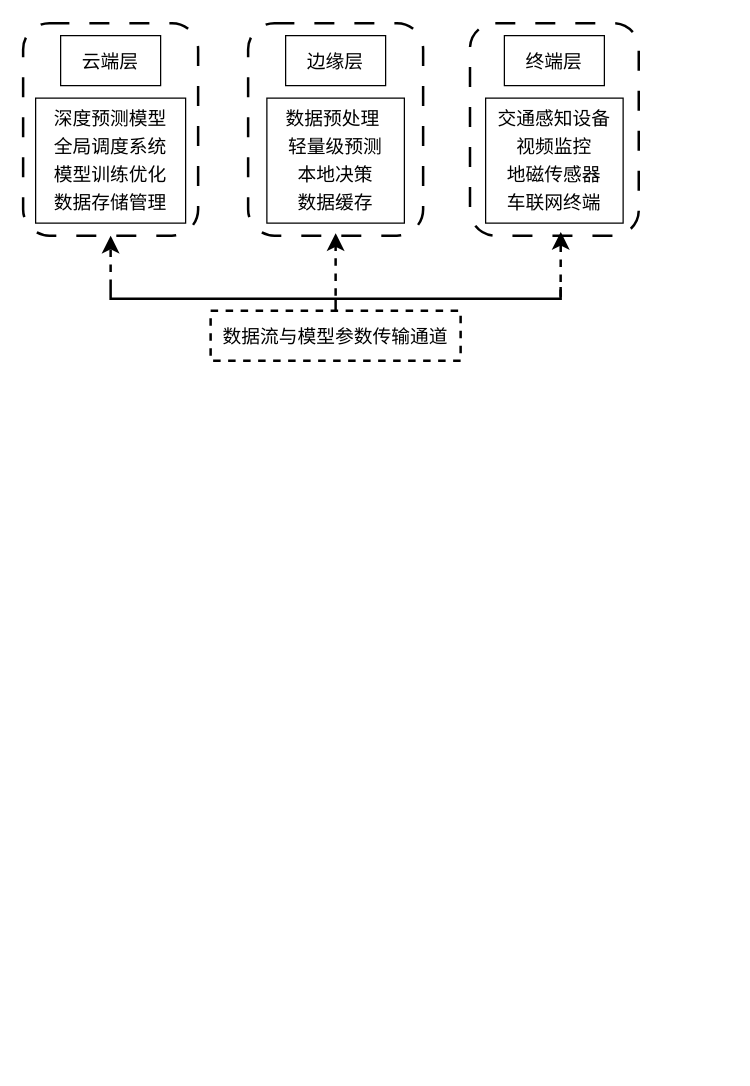
Above: 云边协同交通流量预测系统架构.drawio in lpy817/-AI- (draw.io), before the change. Source tidied: cells renumbered, new cells numbered last; positions are measured from the earlier drawing's top-left corner, leaving out a move shared by most shapes. Both pictures are drawn from the tidied source at 125%, with x=0, y=0 at pixel (22, 22).
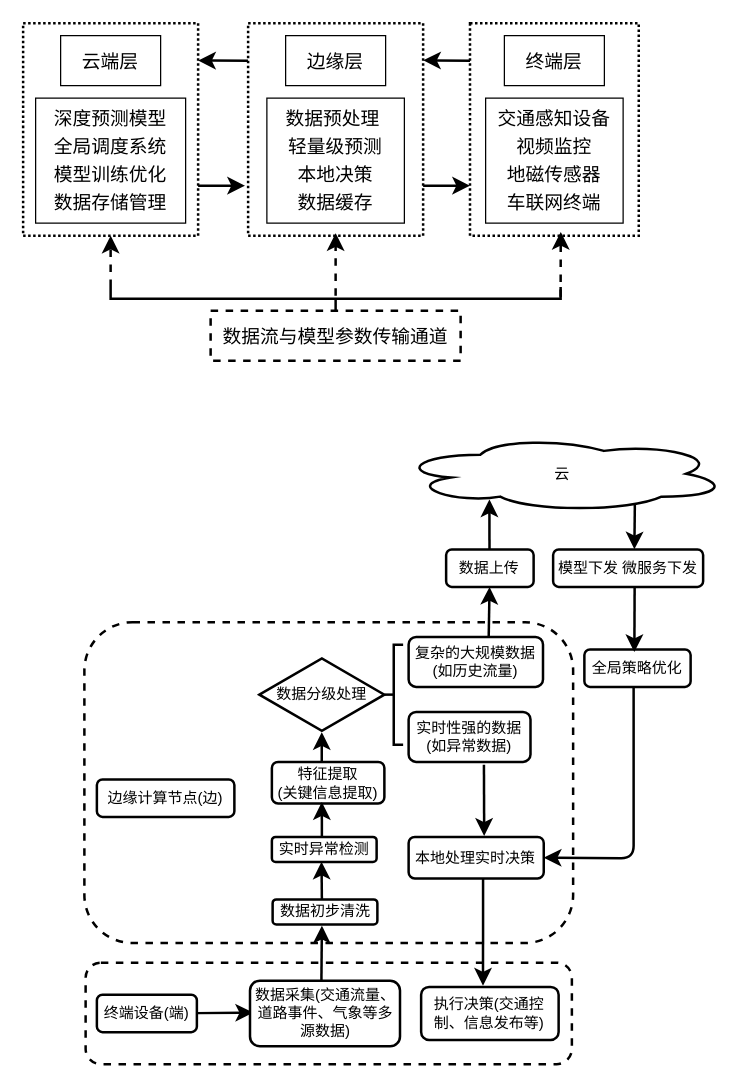
Above is the later version.

Commit message:
更新云边协同交通流量预测系统架构.drawio

Change to the diagram source:
```diff
@@
-    <mxCell id="14" style="rounded=1;whiteSpace=wrap;html=1;fillColor=none;dashed=1;dashPattern=8 8;strokeWidth=2;" parent="1" vertex="1">
+    <mxCell id="14" style="rounded=0;whiteSpace=wrap;html=1;fillColor=none;dashed=1;dashPattern=1 1;strokeWidth=2;" parent="1" vertex="1">
       <mxGeometry width="140" height="170" as="geometry" />
     </mxCell>
-    <mxCell id="15" style="rounded=1;whiteSpace=wrap;html=1;fillColor=none;dashed=1;dashPattern=8 8;strokeWidth=2;" parent="1" vertex="1">
+    <mxCell id="15" style="rounded=0;whiteSpace=wrap;html=1;fillColor=none;dashed=1;dashPattern=1 1;strokeWidth=2;glass=0;" parent="1" vertex="1">
       <mxGeometry x="180" width="140" height="170" as="geometry" />
     </mxCell>
-    <mxCell id="16" style="rounded=1;whiteSpace=wrap;html=1;fillColor=none;dashed=1;dashPattern=8 8;strokeWidth=2;" parent="1" vertex="1">
+    <mxCell id="16" style="rounded=0;whiteSpace=wrap;html=1;fillColor=none;dashed=1;dashPattern=1 1;strokeWidth=2;" parent="1" vertex="1">
       <mxGeometry x="357.5" width="135" height="170" as="geometry" />
     </mxCell>
+    <mxCell id="17" style="endArrow=classic;html=1;rounded=0;fontSize=12;startSize=8;endSize=8;curved=1;entryX=1;entryY=0.175;entryDx=0;entryDy=0;entryPerimeter=0;exitX=0;exitY=0.177;exitDx=0;exitDy=0;exitPerimeter=0;strokeWidth=2;" parent="1" edge="1" source="16" target="15">
+      <mxGeometry relative="1" as="geometry" />
+    </mxCell>
+    <mxCell id="18" style="endArrow=classic;html=1;rounded=0;fontSize=12;startSize=8;endSize=8;curved=1;exitX=1;exitY=0.75;exitDx=0;exitDy=0;entryX=0;entryY=0.75;entryDx=0;entryDy=0;strokeWidth=2;" parent="1" edge="1">
+      <mxGeometry relative="1" as="geometry">
+        <mxPoint x="320" y="130" as="sourcePoint" />
+        <mxPoint x="357.5" y="130" as="targetPoint" />
+      </mxGeometry>
+    </mxCell>
+    <mxCell id="19" style="endArrow=classic;html=1;rounded=0;fontSize=12;startSize=8;endSize=8;curved=1;entryX=1;entryY=0.176;entryDx=0;entryDy=0;entryPerimeter=0;exitX=-0.001;exitY=0.177;exitDx=0;exitDy=0;exitPerimeter=0;strokeWidth=2;" parent="1" edge="1" source="15" target="14">
+      <mxGeometry relative="1" as="geometry" />
+    </mxCell>
+    <mxCell id="20" style="endArrow=classic;html=1;rounded=0;fontSize=12;startSize=8;endSize=8;curved=1;exitX=1;exitY=0.75;exitDx=0;exitDy=0;entryX=0;entryY=0.75;entryDx=0;entryDy=0;strokeWidth=2;" parent="1" edge="1">
+      <mxGeometry relative="1" as="geometry">
+        <mxPoint x="140" y="130" as="sourcePoint" />
+        <mxPoint x="177.5" y="130" as="targetPoint" />
+      </mxGeometry>
+    </mxCell>
+    <mxCell id="21" value="云" style="ellipse;shape=cloud;whiteSpace=wrap;html=1;rounded=1;strokeWidth=2;" parent="1" vertex="1">
+      <mxGeometry x="300" y="330" width="263.4" height="61" as="geometry" />
+    </mxCell>
+    <mxCell id="22" value="边缘计算节点(边)" style="rounded=1;whiteSpace=wrap;html=1;strokeWidth=2;" parent="1" vertex="1">
+      <mxGeometry x="59" y="605" width="110" height="30" as="geometry" />
+    </mxCell>
+    <mxCell id="23" style="edgeStyle=none;curved=1;rounded=1;orthogonalLoop=1;jettySize=auto;html=1;fontSize=12;startSize=8;endSize=8;strokeWidth=2;" parent="1" edge="1">
+      <mxGeometry relative="1" as="geometry">
+        <mxPoint x="373.1" y="421" as="sourcePoint" />
+        <mxPoint x="373" y="381" as="targetPoint" />
+      </mxGeometry>
+    </mxCell>
+    <mxCell id="24" value="数据上传" style="rounded=1;whiteSpace=wrap;html=1;strokeWidth=2;" parent="1" vertex="1">
+      <mxGeometry x="338.4" y="421" width="70" height="30" as="geometry" />
+    </mxCell>
+    <mxCell id="25" value="模型下发 微服务下发" style="whiteSpace=wrap;html=1;rounded=1;strokeWidth=2;" parent="1" vertex="1">
+      <mxGeometry x="424" y="421" width="120" height="30" as="geometry" />
+    </mxCell>
+    <mxCell id="26" style="rounded=1;whiteSpace=wrap;html=1;fillColor=none;dashed=1;strokeWidth=2;" parent="1" vertex="1">
+      <mxGeometry x="50" y="751.6" width="389" height="81.2" as="geometry" />
+    </mxCell>
+    <mxCell id="27" style="edgeStyle=none;curved=1;rounded=1;orthogonalLoop=1;jettySize=auto;html=1;fontSize=12;startSize=8;endSize=8;strokeWidth=2;" parent="1" edge="1">
+      <mxGeometry relative="1" as="geometry">
+        <mxPoint x="139" y="792" as="sourcePoint" />
+        <mxPoint x="184" y="791.6" as="targetPoint" />
+      </mxGeometry>
+    </mxCell>
+    <mxCell id="28" value="终端设备(端)" style="rounded=1;whiteSpace=wrap;html=1;strokeWidth=2;" parent="1" vertex="1">
+      <mxGeometry x="59" y="777.2" width="80" height="30" as="geometry" />
+    </mxCell>
+    <mxCell id="29" value="数据采集(交通流量、道路事件、气象等多源数据)" style="rounded=1;whiteSpace=wrap;html=1;strokeWidth=2;" parent="1" vertex="1">
+      <mxGeometry x="181.5" y="766" width="120" height="52.5" as="geometry" />
+    </mxCell>
+    <mxCell id="30" value="执行决策(交通控制、信息发布等)" style="rounded=1;whiteSpace=wrap;html=1;strokeWidth=2;" parent="1" vertex="1">
+      <mxGeometry x="318.4" y="771" width="110" height="42.5" as="geometry" />
+    </mxCell>
+    <mxCell id="31" value="数据初步清洗" style="rounded=1;whiteSpace=wrap;html=1;strokeWidth=2;" parent="1" vertex="1">
+      <mxGeometry x="199.6" y="701" width="83.8" height="20" as="geometry" />
+    </mxCell>
+    <mxCell id="32" value="实时异常检测" style="rounded=1;whiteSpace=wrap;html=1;strokeWidth=2;" parent="1" vertex="1">
+      <mxGeometry x="199" y="651" width="83.8" height="20" as="geometry" />
+    </mxCell>
+    <mxCell id="33" style="edgeStyle=none;curved=1;rounded=1;orthogonalLoop=1;jettySize=auto;html=1;fontSize=12;startSize=8;endSize=8;strokeWidth=2;" parent="1" edge="1">
+      <mxGeometry relative="1" as="geometry">
+        <mxPoint x="238.9" y="591" as="sourcePoint" />
+        <mxPoint x="238.9" y="567.2" as="targetPoint" />
+      </mxGeometry>
+    </mxCell>
+    <mxCell id="34" value="特征提取&lt;div&gt;(关键信息提取)&lt;/div&gt;" style="rounded=1;whiteSpace=wrap;html=1;strokeWidth=2;" parent="1" vertex="1">
+      <mxGeometry x="199" y="591" width="90" height="33.2" as="geometry" />
+    </mxCell>
+    <mxCell id="35" style="edgeStyle=none;curved=1;rounded=1;jettySize=auto;html=1;fontSize=12;startSize=8;endSize=8;exitX=0.618;exitY=1.057;exitDx=0;exitDy=0;exitPerimeter=0;strokeWidth=2;entryX=0.559;entryY=-0.024;entryDx=0;entryDy=0;entryPerimeter=0;" parent="1" edge="1" source="36" target="46">
+      <mxGeometry relative="1" as="geometry" />
+    </mxCell>
+    <mxCell id="36" value="实时性强的数据&lt;div&gt;(如异常数据)&lt;/div&gt;" style="rounded=1;whiteSpace=wrap;html=1;strokeWidth=2;" parent="1" vertex="1">
+      <mxGeometry x="308.4" y="551" width="97.5" height="40" as="geometry" />
+    </mxCell>
+    <mxCell id="37" style="edgeStyle=none;curved=1;rounded=1;jettySize=auto;html=1;fontSize=12;startSize=8;endSize=8;strokeWidth=2;exitX=0.596;exitY=-0.01;exitDx=0;exitDy=0;exitPerimeter=0;" parent="1" edge="1" source="38" target="24">
+      <mxGeometry relative="1" as="geometry" />
+    </mxCell>
+    <mxCell id="38" value="复杂的大规模数据&lt;div&gt;(如历史流量)&lt;/div&gt;" style="rounded=1;whiteSpace=wrap;html=1;strokeWidth=2;" parent="1" vertex="1">
+      <mxGeometry x="308.4" y="491" width="107.5" height="40" as="geometry" />
+    </mxCell>
+    <mxCell id="39" style="endArrow=classic;html=1;rounded=1;fontSize=12;startSize=8;endSize=8;curved=1;strokeWidth=2;exitX=0.719;exitY=0.901;exitDx=0;exitDy=0;exitPerimeter=0;" parent="1" edge="1" source="21">
+      <mxGeometry relative="1" as="geometry">
+        <mxPoint x="489" y="421" as="targetPoint" />
+      </mxGeometry>
+    </mxCell>
+    <mxCell id="40" value="数据分级处理" style="html=1;whiteSpace=wrap;shape=isoRectangle;rounded=1;strokeWidth=2;" parent="1" vertex="1">
+      <mxGeometry x="189" y="507.2" width="100" height="60" as="geometry" />
+    </mxCell>
+    <mxCell id="41" style="strokeWidth=2;html=1;shape=mxgraph.flowchart.annotation_2;align=left;labelPosition=right;rounded=1;" parent="1" vertex="1">
+      <mxGeometry x="289" y="497.2" width="15" height="80" as="geometry" />
+    </mxCell>
+    <mxCell id="42" style="endArrow=classic;html=1;rounded=1;fontSize=12;startSize=8;endSize=8;curved=1;exitX=0.476;exitY=0.016;exitDx=0;exitDy=0;exitPerimeter=0;strokeWidth=2;" parent="1" edge="1" source="29">
+      <mxGeometry relative="1" as="geometry">
+        <mxPoint x="239" y="722" as="targetPoint" />
+      </mxGeometry>
+    </mxCell>
+    <mxCell id="43" style="endArrow=classic;html=1;rounded=1;fontSize=12;startSize=8;endSize=8;curved=1;entryX=0.474;entryY=0.993;entryDx=0;entryDy=0;entryPerimeter=0;strokeWidth=2;" parent="1" edge="1" target="32">
+      <mxGeometry relative="1" as="geometry">
+        <mxPoint x="239" y="701" as="sourcePoint" />
+      </mxGeometry>
+    </mxCell>
+    <mxCell id="44" style="endArrow=classic;html=1;rounded=1;fontSize=12;startSize=8;endSize=8;curved=1;entryX=0.444;entryY=0.969;entryDx=0;entryDy=0;entryPerimeter=0;strokeWidth=2;" parent="1" edge="1" target="34">
+      <mxGeometry relative="1" as="geometry">
+        <mxPoint x="239" y="651" as="sourcePoint" />
+      </mxGeometry>
+    </mxCell>
+    <mxCell id="45" style="edgeStyle=none;curved=1;rounded=1;jettySize=auto;html=1;fontSize=12;startSize=8;endSize=8;entryX=0.45;entryY=-0.023;entryDx=0;entryDy=0;exitX=0.551;exitY=1.015;exitDx=0;exitDy=0;exitPerimeter=0;strokeWidth=2;entryPerimeter=0;" parent="1" edge="1" source="46" target="30">
+      <mxGeometry relative="1" as="geometry" />
+    </mxCell>
+    <mxCell id="46" value="本地处理实时决策" style="rounded=1;whiteSpace=wrap;html=1;strokeWidth=2;" parent="1" vertex="1">
+      <mxGeometry x="308.4" y="651" width="108.1" height="33.2" as="geometry" />
+    </mxCell>
+    <mxCell id="47" value="全局策略优化" style="rounded=1;whiteSpace=wrap;html=1;strokeWidth=2;" parent="1" vertex="1">
+      <mxGeometry x="449" y="501" width="85" height="30" as="geometry" />
+    </mxCell>
+    <mxCell id="48" style="endArrow=classic;html=1;rounded=1;fontSize=12;startSize=8;endSize=8;curved=1;entryX=0.398;entryY=0.075;entryDx=0;entryDy=0;entryPerimeter=0;strokeWidth=2;" parent="1" edge="1">
+      <mxGeometry relative="1" as="geometry">
+        <mxPoint x="489.2" y="451" as="sourcePoint" />
+        <mxPoint x="489" y="503.2" as="targetPoint" />
+      </mxGeometry>
+    </mxCell>
+    <mxCell id="49" style="rounded=1;whiteSpace=wrap;html=1;fillColor=none;dashed=1;strokeWidth=2;" parent="1" vertex="1">
+      <mxGeometry x="49" y="479.3" width="391" height="256.6" as="geometry" />
+    </mxCell>
+    <mxCell id="50" style="edgeStyle=none;curved=1;rounded=1;orthogonalLoop=1;jettySize=auto;html=1;exitX=0.5;exitY=0;exitDx=0;exitDy=0;fontSize=12;startSize=8;endSize=8;strokeWidth=2;" parent="1" edge="1" source="22" target="22">
+      <mxGeometry relative="1" as="geometry" />
+    </mxCell>
+    <mxCell id="51" style="endArrow=classic;html=1;rounded=1;fontSize=12;startSize=8;endSize=8;curved=0;strokeWidth=2;entryX=1;entryY=0.5;entryDx=0;entryDy=0;" parent="1" edge="1" target="46">
+      <mxGeometry relative="1" as="geometry">
+        <mxPoint x="488.4" y="531" as="sourcePoint" />
+        <Array as="points">
+          <mxPoint x="488.4" y="668.1" />
+        </Array>
+      </mxGeometry>
+    </mxCell>
```
